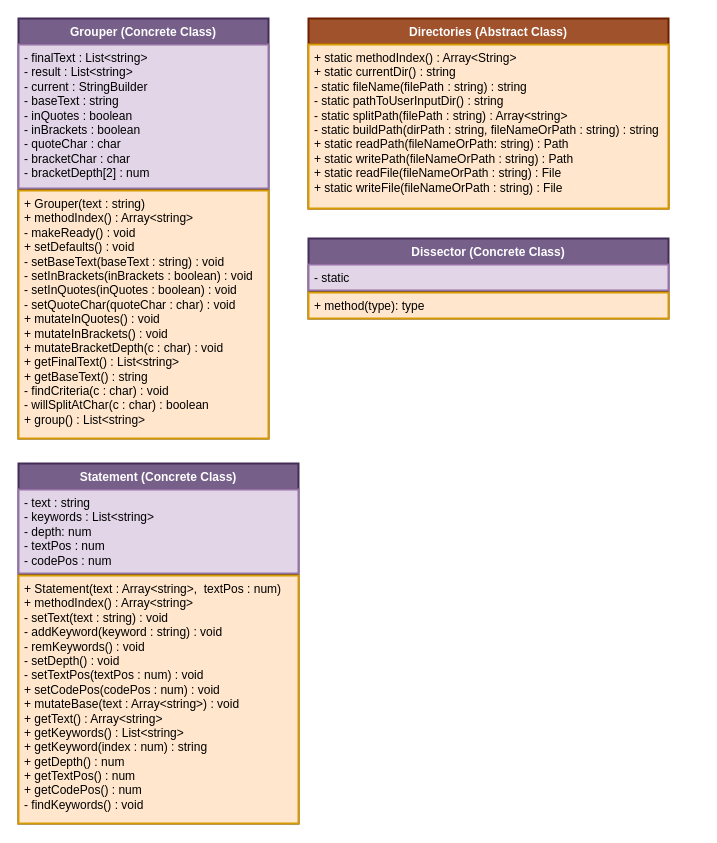
Earlier version of the draw.io diagram dev/ClassDiagrams.drawio (BroerSakki/PseudoCompiler). Source tidied: cells renumbered, new cells numbered last; positions are measured from the earlier drawing's top-left corner, leaving out a move shared by most shapes. Both pictures are drawn from the tidied source at 100%, with x=0, y=0 at pixel (18, 18).
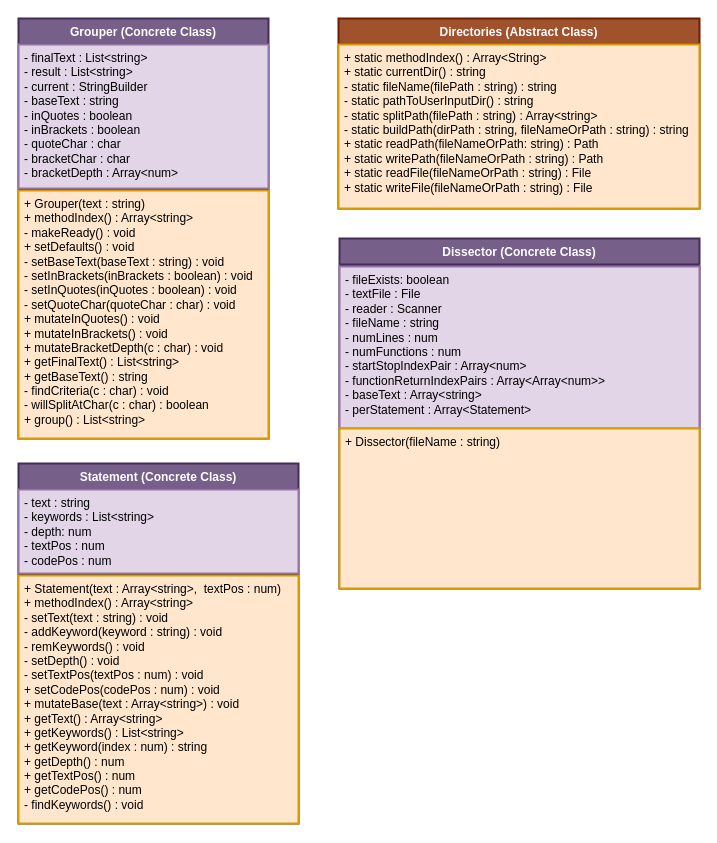
The same diagram, later.

Commit message (it also covers changes not shown here):
Test Statement CLass

What changed in the source:
```diff
@@
 <mxGraphModel>
   <root>
     <mxCell id="0" />
     <mxCell id="1" parent="0" />
     <mxCell id="2" value="Grouper (Concrete Class)" style="swimlane;fontStyle=1;align=center;verticalAlign=top;horizontal=1;startSize=26;whiteSpace=wrap;html=1;fillColor=#76608a;strokeColor=#432D57;fontColor=#ffffff;strokeWidth=2;" parent="1" vertex="1">
       <mxGeometry width="250" height="420" as="geometry" />
     </mxCell>
-    <mxCell id="3" value="- finalText : List&amp;lt;string&amp;gt;&lt;div&gt;- result : List&amp;lt;string&amp;gt;&lt;/div&gt;&lt;div&gt;- current : StringBuilder&lt;/div&gt;&lt;div&gt;- baseText : string&lt;/div&gt;&lt;div&gt;- inQuotes : boolean&lt;/div&gt;&lt;div&gt;- inBrackets : boolean&lt;/div&gt;&lt;div&gt;- quoteChar : char&lt;/div&gt;&lt;div&gt;- bracketChar : char&lt;/div&gt;&lt;div&gt;- bracketDepth[2] : num&lt;/div&gt;" style="text;strokeColor=#9673a6;fillColor=#e1d5e7;align=left;verticalAlign=top;spacingLeft=4;spacingRight=4;overflow=hidden;whiteSpace=wrap;html=1;strokeWidth=2;" parent="2" vertex="1">
+    <mxCell id="3" value="- finalText : List&amp;lt;string&amp;gt;&lt;div&gt;- result : List&amp;lt;string&amp;gt;&lt;/div&gt;&lt;div&gt;- current : StringBuilder&lt;/div&gt;&lt;div&gt;- baseText : string&lt;/div&gt;&lt;div&gt;- inQuotes : boolean&lt;/div&gt;&lt;div&gt;- inBrackets : boolean&lt;/div&gt;&lt;div&gt;- quoteChar : char&lt;/div&gt;&lt;div&gt;- bracketChar : char&lt;/div&gt;&lt;div&gt;- bracketDepth : Array&amp;lt;num&amp;gt;&lt;/div&gt;" style="text;strokeColor=#9673a6;fillColor=#e1d5e7;align=left;verticalAlign=top;spacingLeft=4;spacingRight=4;overflow=hidden;whiteSpace=wrap;html=1;strokeWidth=2;" parent="2" vertex="1">
       <mxGeometry y="26" width="250" height="144" as="geometry" />
     </mxCell>
     <mxCell id="4" style="line;strokeWidth=1;fillColor=none;align=left;verticalAlign=middle;spacingTop=-1;spacingLeft=3;spacingRight=3;labelPosition=right;strokeColor=inherit;" parent="2" vertex="1">
       <mxGeometry y="170" width="250" height="2" as="geometry" />
     </mxCell>
     <mxCell id="5" value="+ Grouper(text : string)&lt;div&gt;+ methodIndex() : Array&amp;lt;string&amp;gt;&lt;br&gt;&lt;div&gt;- makeReady() : void&lt;/div&gt;&lt;div&gt;&lt;div&gt;+ setDefaults() : void&lt;/div&gt;&lt;div&gt;- setBaseText(baseText : string) : void&lt;/div&gt;&lt;/div&gt;&lt;div&gt;&lt;span style=&quot;background-color: transparent; color: light-dark(rgb(0, 0, 0), rgb(255, 255, 255));&quot;&gt;- setInBrackets(inBrackets : boolean) : void&lt;/span&gt;&lt;/div&gt;&lt;div&gt;&lt;div&gt;- setInQuotes(inQuotes : boolean) : void&lt;/div&gt;&lt;div&gt;&lt;span style=&quot;background-color: transparent; color: light-dark(rgb(0, 0, 0), rgb(255, 255, 255));&quot;&gt;- setQuoteChar(quoteChar : char) : void&lt;/span&gt;&lt;/div&gt;&lt;div&gt;&lt;span style=&quot;background-color: transparent; color: light-dark(rgb(0, 0, 0), rgb(255, 255, 255));&quot;&gt;+ mutateInQuotes() : void&lt;/span&gt;&lt;/div&gt;&lt;div&gt;+ mutateInBrackets() : void&lt;/div&gt;&lt;div&gt;+ mutateBracketDepth(c : char) : void&lt;/div&gt;&lt;div&gt;+ getFinalText() : List&amp;lt;string&amp;gt;&lt;/div&gt;&lt;/div&gt;&lt;div&gt;+ getBaseText() : string&lt;/div&gt;&lt;div&gt;- findCriteria(c : char) : void&lt;/div&gt;&lt;div&gt;- willSplitAtChar(c : char) : boolean&lt;/div&gt;&lt;div&gt;+ group() : List&amp;lt;string&amp;gt;&lt;/div&gt;&lt;/div&gt;" style="text;strokeColor=#d79b00;fillColor=#ffe6cc;align=left;verticalAlign=top;spacingLeft=4;spacingRight=4;overflow=hidden;whiteSpace=wrap;html=1;strokeWidth=2;" parent="2" vertex="1">
       <mxGeometry y="172" width="250" height="248" as="geometry" />
     </mxCell>
     <mxCell id="6" value="Directories (Abstract Class)" style="swimlane;fontStyle=1;align=center;verticalAlign=top;horizontal=1;startSize=26;whiteSpace=wrap;html=1;fillColor=#a0522d;strokeColor=#6D1F00;fontColor=#ffffff;strokeWidth=2;" parent="1" vertex="1">
-      <mxGeometry x="290" width="360" height="190" as="geometry" />
+      <mxGeometry x="320" width="361" height="190" as="geometry" />
     </mxCell>
     <mxCell id="7" value="&lt;div&gt;+ static methodIndex() : Array&amp;lt;String&amp;gt;&lt;/div&gt;&lt;div&gt;&lt;span style=&quot;background-color: transparent; color: light-dark(rgb(0, 0, 0), rgb(255, 255, 255));&quot;&gt;+ static currentDir() : string&lt;/span&gt;&lt;/div&gt;&lt;div&gt;- static fileName(filePath : string) : string&lt;/div&gt;- static pathToUserInputDir() : string&lt;div&gt;- static splitPath(filePath : string) : Array&amp;lt;string&amp;gt;&lt;/div&gt;&lt;div&gt;- static buildPath(dirPath : string, fileNameOrPath : string) : string&lt;/div&gt;&lt;div&gt;+ static readPath(&lt;span style=&quot;background-color: transparent; color: light-dark(rgb(0, 0, 0), rgb(255, 255, 255));&quot;&gt;fileNameOrPath: string) : Path&lt;/span&gt;&lt;/div&gt;&lt;div&gt;+ static writePath(fileNameOrPath&lt;span style=&quot;background-color: transparent; color: light-dark(rgb(0, 0, 0), rgb(255, 255, 255));&quot;&gt;&amp;nbsp;: string) : Path&lt;/span&gt;&lt;/div&gt;&lt;div&gt;&lt;span style=&quot;background-color: transparent; color: light-dark(rgb(0, 0, 0), rgb(255, 255, 255));&quot;&gt;+ static readFile(&lt;/span&gt;&lt;span style=&quot;background-color: transparent; color: light-dark(rgb(0, 0, 0), rgb(255, 255, 255));&quot;&gt;fileNameOrPath : string) : File&lt;/span&gt;&lt;/div&gt;&lt;div&gt;&lt;span style=&quot;background-color: transparent; color: light-dark(rgb(0, 0, 0), rgb(255, 255, 255));&quot;&gt;+ static writeFile(&lt;/span&gt;&lt;span style=&quot;background-color: transparent; color: light-dark(rgb(0, 0, 0), rgb(255, 255, 255));&quot;&gt;fileNameOrPath : string) : File&lt;/span&gt;&lt;/div&gt;" style="text;strokeColor=#d79b00;fillColor=#ffe6cc;align=left;verticalAlign=top;spacingLeft=4;spacingRight=4;overflow=hidden;whiteSpace=wrap;html=1;strokeWidth=2;" parent="6" vertex="1">
-      <mxGeometry y="26" width="360" height="164" as="geometry" />
+      <mxGeometry y="26" width="361" height="164" as="geometry" />
     </mxCell>
     <mxCell id="8" value="Dissector (Concrete Class)" style="swimlane;fontStyle=1;align=center;verticalAlign=top;horizontal=1;startSize=26;whiteSpace=wrap;html=1;fillColor=#76608a;strokeColor=#432D57;fontColor=#ffffff;strokeWidth=2;" parent="1" vertex="1">
-      <mxGeometry x="290" y="220" width="360" height="80" as="geometry" />
+      <mxGeometry x="321" y="220" width="360" height="350" as="geometry" />
     </mxCell>
+    <mxCell id="10" style="line;strokeWidth=1;fillColor=none;align=left;verticalAlign=middle;spacingTop=-1;spacingLeft=3;spacingRight=3;labelPosition=right;strokeColor=inherit;" parent="8" vertex="1">
+      <mxGeometry y="26" width="360" height="2" as="geometry" />
+    </mxCell>
-    <mxCell id="9" value="- static" style="text;strokeColor=#9673a6;fillColor=#e1d5e7;align=left;verticalAlign=top;spacingLeft=4;spacingRight=4;overflow=hidden;whiteSpace=wrap;html=1;strokeWidth=2;" parent="8" vertex="1">
-      <mxGeometry y="26" width="360" height="26" as="geometry" />
+    <mxCell id="9" value="- fileExists: boolean&lt;div&gt;- textFile : File&lt;/div&gt;&lt;div&gt;- reader : Scanner&lt;/div&gt;&lt;div&gt;- fileName : string&lt;/div&gt;&lt;div&gt;- numLines : num&lt;/div&gt;&lt;div&gt;- numFunctions : num&lt;/div&gt;&lt;div&gt;- startStopIndexPair : Array&amp;lt;num&amp;gt;&lt;/div&gt;&lt;div&gt;- functionReturnIndexPairs : Array&amp;lt;Array&amp;lt;num&amp;gt;&amp;gt;&lt;/div&gt;&lt;div&gt;- baseText : Array&amp;lt;string&amp;gt;&lt;/div&gt;&lt;div&gt;- perStatement : Array&amp;lt;Statement&amp;gt;&lt;/div&gt;" style="text;strokeColor=#9673a6;fillColor=#e1d5e7;align=left;verticalAlign=top;spacingLeft=4;spacingRight=4;overflow=hidden;whiteSpace=wrap;html=1;strokeWidth=2;" parent="8" vertex="1">
+      <mxGeometry y="28" width="360" height="162" as="geometry" />
     </mxCell>
-    <mxCell id="10" style="line;strokeWidth=1;fillColor=none;align=left;verticalAlign=middle;spacingTop=-1;spacingLeft=3;spacingRight=3;labelPosition=right;strokeColor=inherit;" parent="8" vertex="1">
-      <mxGeometry y="52" width="360" height="2" as="geometry" />
-    </mxCell>
-    <mxCell id="11" value="+ method(type): type" style="text;strokeColor=#d79b00;fillColor=#ffe6cc;align=left;verticalAlign=top;spacingLeft=4;spacingRight=4;overflow=hidden;whiteSpace=wrap;html=1;strokeWidth=2;" parent="8" vertex="1">
-      <mxGeometry y="54" width="360" height="26" as="geometry" />
+    <mxCell id="11" value="+ Dissector(fileName : string)" style="text;strokeColor=#d79b00;fillColor=#ffe6cc;align=left;verticalAlign=top;spacingLeft=4;spacingRight=4;overflow=hidden;whiteSpace=wrap;html=1;strokeWidth=2;" parent="8" vertex="1">
+      <mxGeometry y="190" width="360" height="160" as="geometry" />
     </mxCell>
     <mxCell id="12" value="Statement (Concrete Class)" style="swimlane;fontStyle=1;align=center;verticalAlign=top;horizontal=1;startSize=26;whiteSpace=wrap;html=1;fillColor=#76608a;strokeColor=#432D57;fontColor=#ffffff;strokeWidth=2;" parent="1" vertex="1">
       <mxGeometry y="445" width="280" height="360" as="geometry" />
     </mxCell>
     <mxCell id="13" value="&lt;div&gt;- text : string&lt;/div&gt;- keywords : List&amp;lt;string&amp;gt;&lt;div&gt;&lt;div&gt;- depth: num&lt;/div&gt;&lt;div&gt;- textPos : num&lt;/div&gt;&lt;div&gt;- codePos : num&lt;/div&gt;&lt;/div&gt;" style="text;strokeColor=#9673a6;fillColor=#e1d5e7;align=left;verticalAlign=top;spacingLeft=4;spacingRight=4;overflow=hidden;whiteSpace=wrap;html=1;strokeWidth=2;" parent="12" vertex="1">
       <mxGeometry y="26" width="280" height="84" as="geometry" />
     </mxCell>
     <mxCell id="14" style="line;strokeWidth=1;fillColor=none;align=left;verticalAlign=middle;spacingTop=-1;spacingLeft=3;spacingRight=3;labelPosition=right;strokeColor=inherit;" parent="12" vertex="1">
       <mxGeometry y="110" width="280" height="2" as="geometry" />
     </mxCell>
     <mxCell id="15" value="+ Statement(text : Array&amp;lt;string&amp;gt;,&amp;nbsp; textPos : num)&lt;div&gt;+ methodIndex() : Array&amp;lt;string&amp;gt;&lt;/div&gt;&lt;div&gt;- setText(text : string) : void&lt;/div&gt;&lt;div&gt;- addKeyword(keyword : string) : void&lt;/div&gt;&lt;div&gt;- remKeywords() : void&lt;/div&gt;&lt;div&gt;&lt;span style=&quot;background-color: transparent; color: light-dark(rgb(0, 0, 0), rgb(255, 255, 255));&quot;&gt;- setDepth() : void&lt;/span&gt;&lt;/div&gt;&lt;div&gt;- setTextPos(textPos : num) : void&lt;/div&gt;&lt;div&gt;+ setCodePos(codePos : num) : void&lt;/div&gt;&lt;div&gt;+ mutateBase(text : Array&amp;lt;string&amp;gt;) : void&lt;/div&gt;&lt;div&gt;+ getText() : Array&amp;lt;string&amp;gt;&lt;/div&gt;&lt;div&gt;+ getKeywords() : List&amp;lt;string&amp;gt;&lt;/div&gt;&lt;div&gt;+ getKeyword(index : num) : string&lt;/div&gt;&lt;div&gt;&lt;span style=&quot;background-color: transparent; color: light-dark(rgb(0, 0, 0), rgb(255, 255, 255));&quot;&gt;+ getDepth() : num&lt;/span&gt;&lt;/div&gt;&lt;div&gt;+ getTextPos() : num&lt;/div&gt;&lt;div&gt;+ getCodePos() : num&lt;/div&gt;&lt;div&gt;- findKeywords() : void&lt;/div&gt;" style="text;strokeColor=#d79b00;fillColor=#ffe6cc;align=left;verticalAlign=top;spacingLeft=4;spacingRight=4;overflow=hidden;whiteSpace=wrap;html=1;strokeWidth=2;" parent="12" vertex="1">
       <mxGeometry y="112" width="280" height="248" as="geometry" />
     </mxCell>
   </root>
 </mxGraphModel>
```
